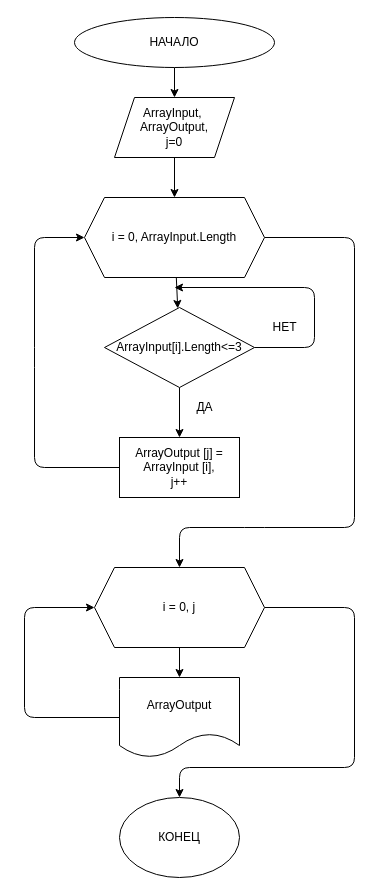
The draw.io diagram ai.drawio in Hohnerd/-, before the edit. Source tidied: cells renumbered, new cells numbered last; positions are measured from the earlier drawing's top-left corner, leaving out a move shared by most shapes. Both pictures are drawn from the tidied source at 100%, with x=0, y=0 at pixel (24, 17).
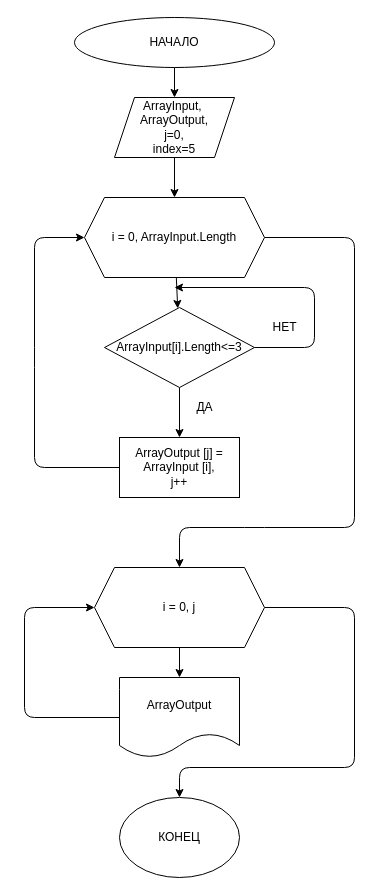
After the change.

The edit, as a diff of the source:
```diff
@@
-    <mxCell id="5" value="ArrayInput,&amp;nbsp;&lt;br&gt;ArrayOutput,&lt;br&gt;j=0" style="shape=parallelogram;perimeter=parallelogramPerimeter;whiteSpace=wrap;html=1;fixedSize=1;" parent="1" vertex="1">
+    <mxCell id="5" value="ArrayInput,&amp;nbsp;&lt;br&gt;ArrayOutput,&lt;br&gt;j=0,&lt;br&gt;index=5" style="shape=parallelogram;perimeter=parallelogramPerimeter;whiteSpace=wrap;html=1;fixedSize=1;" parent="1" vertex="1">
       <mxGeometry x="90" y="80" width="120" height="60" as="geometry" />
     </mxCell>
```
